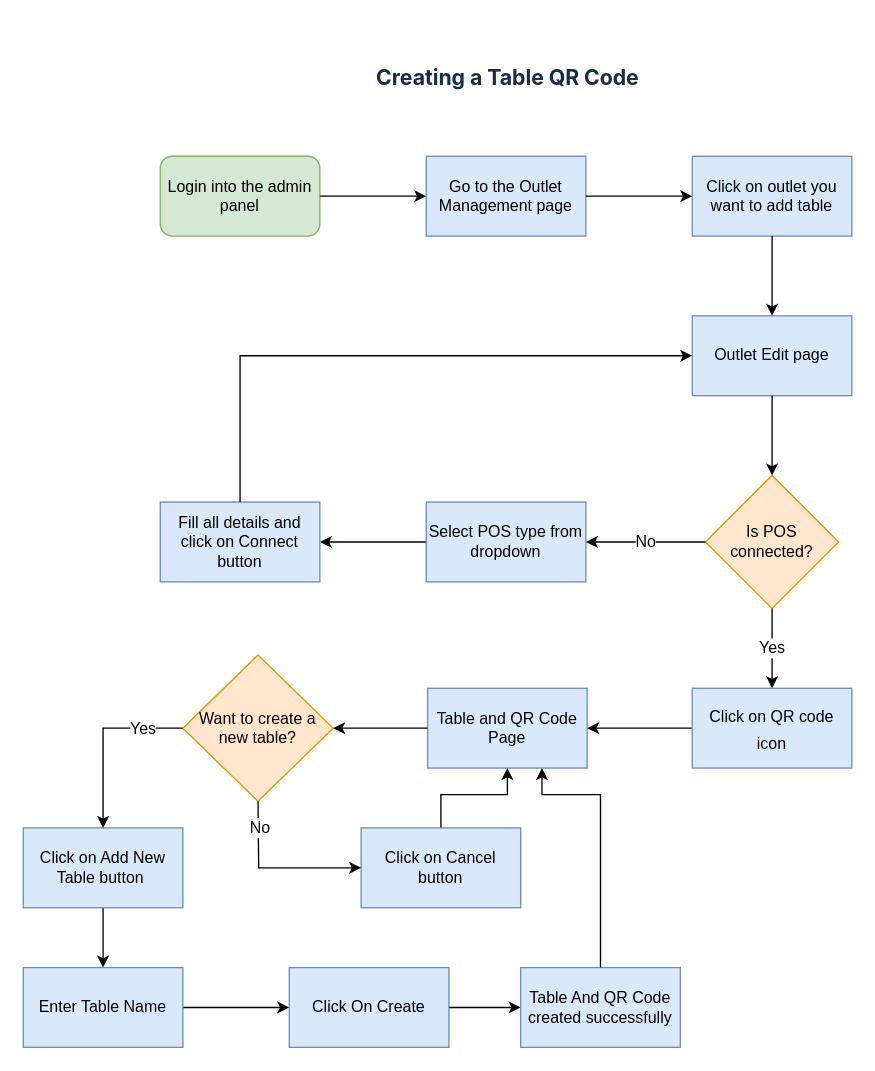
This is page "Page-1" (1 of 2) of Table flow.drawio from tronixashutrosh/flowCharts, a draw.io file, before an edit. Source tidied: cells renumbered, new cells numbered last; positions are measured from the earlier drawing's top-left corner, leaving out a move shared by most shapes. Both pictures are drawn from the tidied source at 133%, with x=0, y=0 at pixel (23, 23).
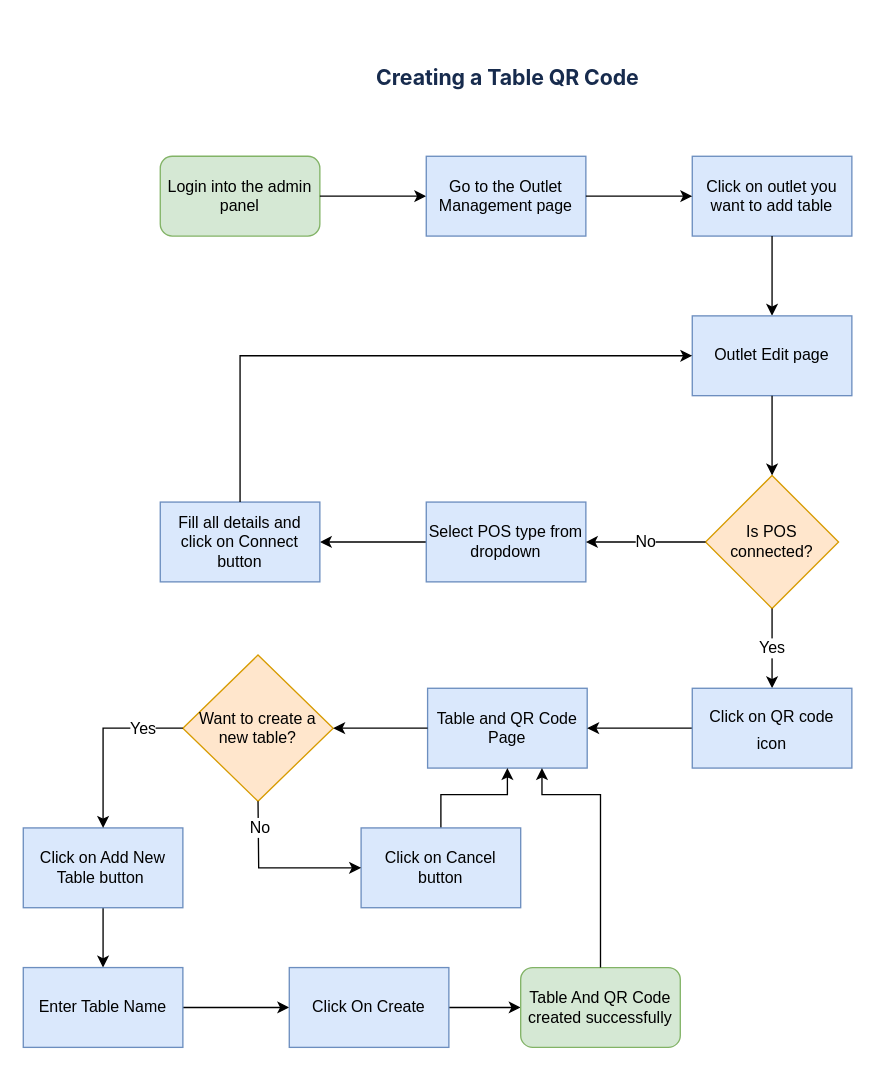
After the change.

The edit, as a diff of the source:
```diff
@@
-    <mxCell id="36" value="Table And QR Code created successfully" style="whiteSpace=wrap;html=1;fillColor=#dae8fc;strokeColor=#6c8ebf;rounded=0;" parent="1" vertex="1">
+    <mxCell id="36" value="Table And QR Code created successfully" style="whiteSpace=wrap;html=1;fillColor=#d5e8d4;strokeColor=#82b366;rounded=1;shadow=0;glass=0;" parent="1" vertex="1">
       <mxGeometry x="374" y="710" width="120" height="60" as="geometry" />
     </mxCell>
```
